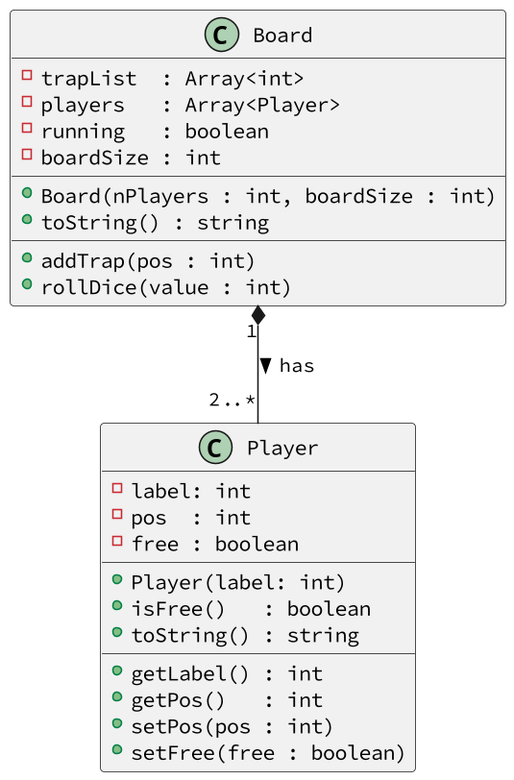
Above: base/tabuleiro/diagrama.png in qxcodepoo/arcade (PlantUML), before the change. The source it was exported from:
```plantuml
@startuml

skinparam defaultFontName Hasklig
skinparam dpi 150
  class Player {
    - label: int
    - pos  : int
    - free : boolean
    __
    + Player(label: int)
    + isFree()   : boolean
    + toString() : string
    __
    + getLabel() : int
    + getPos()   : int
    + setPos(pos : int)
    + setFree(free : boolean)
  }

  class Board {
    - trapList  : Array<int>
    - players   : Array<Player>
    - running   : boolean
    - boardSize : int
    __
    + Board(nPlayers : int, boardSize : int)
    + toString() : string
    __
    + addTrap(pos : int)
    + rollDice(value : int)
  }
Board "1" *--  "2..*" Player : > has
@enduml
```
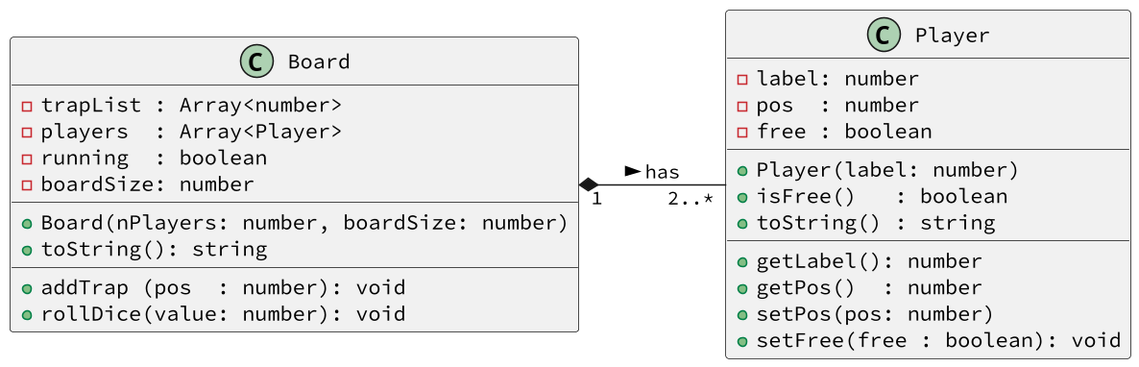
The same file after the commit.

Change to the diagram source:
```diff
@@ -1,33 +1,32 @@
 @startuml
-
-skinparam defaultFontName Hasklig
+skinparam defaultFontName "Source Code Pro"
 skinparam dpi 150
-  class Player {
-    - label: int
-    - pos  : int
-    - free : boolean
-    __
-    + Player(label: int)
-    + isFree()   : boolean
-    + toString() : string
-    __
-    + getLabel() : int
-    + getPos()   : int
-    + setPos(pos : int)
-    + setFree(free : boolean)
-  }
-
-  class Board {
-    - trapList  : Array<int>
-    - players   : Array<Player>
-    - running   : boolean
-    - boardSize : int
-    __
-    + Board(nPlayers : int, boardSize : int)
-    + toString() : string
-    __
-    + addTrap(pos : int)
-    + rollDice(value : int)
-  }
+left to right direction
+class Player {
+  - label: number
+  - pos  : number
+  - free : boolean
+  __
+  + Player(label: number)
+  + isFree()   : boolean
+  + toString() : string
+  __
+  + getLabel(): number
+  + getPos()  : number
+  + setPos(pos: number)
+  + setFree(free : boolean): void
+}
+class Board {
+  - trapList : Array<number>
+  - players  : Array<Player>
+  - running  : boolean
+  - boardSize: number
+  __
+  + Board(nPlayers: number, boardSize: number)
+  + toString(): string
+  __
+  + addTrap (pos  : number): void
+  + rollDice(value: number): void
+}
 Board "1" *--  "2..*" Player : > has
 @enduml
```
